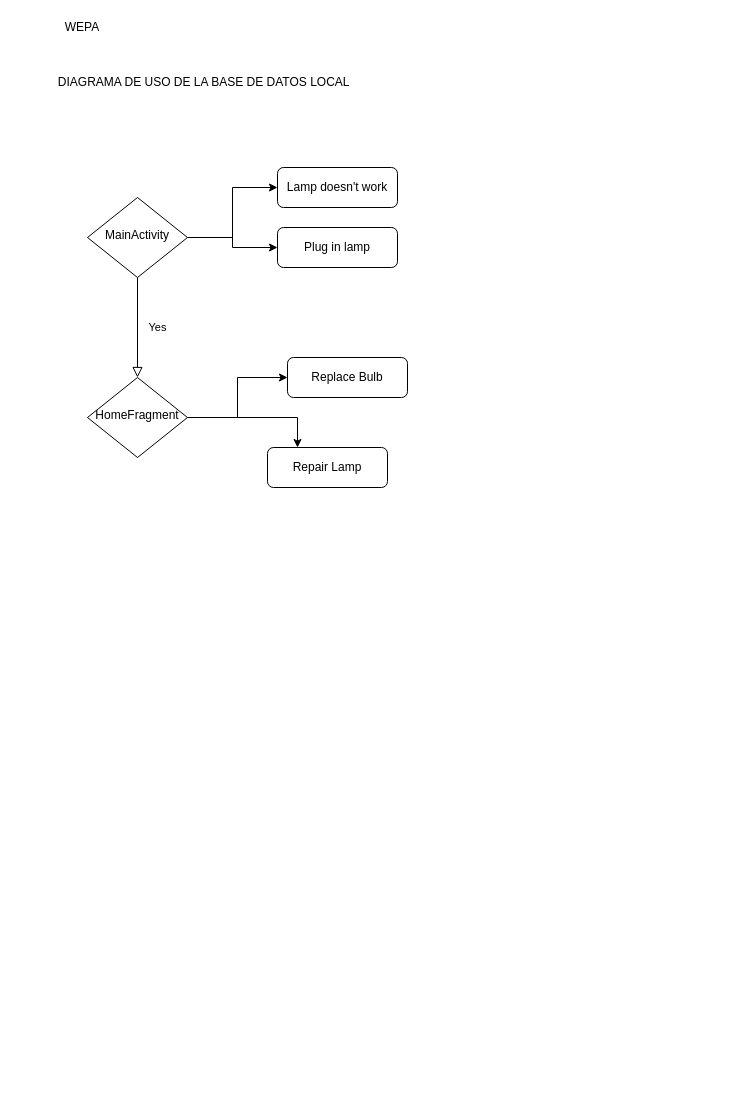
This is ROOM_wepa.drawio from rafaelgamezdiaz/diagrams, a draw.io file, before an edit. Source tidied: cells renumbered, new cells numbered last; positions are measured from the earlier drawing's top-left corner, leaving out a move shared by most shapes. Both pictures are drawn from the tidied source at 100%, with x=0, y=0 at pixel (27, 17).
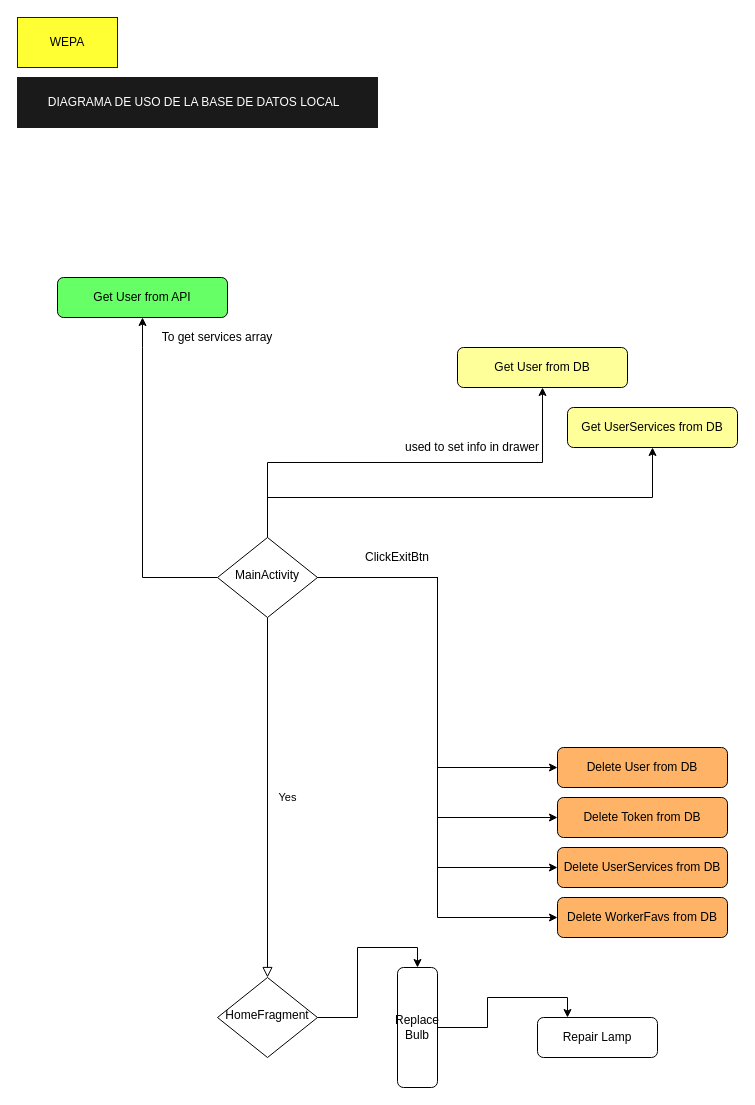
The same diagram, later.

What changed in the source:
```diff
@@
-    <mxCell id="2" value="Lamp doesn't work" style="rounded=1;whiteSpace=wrap;html=1;fontSize=12;glass=0;strokeWidth=1;shadow=0;" parent="1" vertex="1">
-      <mxGeometry x="250" y="150" width="120" height="40" as="geometry" />
+    <mxCell id="2" value="Delete User from DB" style="rounded=1;whiteSpace=wrap;html=1;fontSize=12;glass=0;strokeWidth=1;shadow=0;fillColor=#FFB366;" parent="1" vertex="1">
+      <mxGeometry x="530" y="730" width="170" height="40" as="geometry" />
     </mxCell>
@@
     <mxCell id="4" style="edgeStyle=orthogonalEdgeStyle;rounded=0;jettySize=auto;html=1;entryX=0;entryY=0.5;entryDx=0;entryDy=0;exitX=1;exitY=0.5;exitDx=0;exitDy=0;" parent="1" edge="1" source="6" target="2">
-      <mxGeometry relative="1" as="geometry" />
+      <mxGeometry relative="1" as="geometry">
+        <Array as="points">
+          <mxPoint x="410" y="560" />
+          <mxPoint x="410" y="750" />
+        </Array>
+      </mxGeometry>
     </mxCell>
     <mxCell id="5" style="edgeStyle=orthogonalEdgeStyle;rounded=0;jettySize=auto;html=1;" parent="1" edge="1" source="6" target="7">
-      <mxGeometry relative="1" as="geometry" />
+      <mxGeometry relative="1" as="geometry">
+        <Array as="points">
+          <mxPoint x="410" y="560" />
+          <mxPoint x="410" y="800" />
+        </Array>
+      </mxGeometry>
     </mxCell>
+    <mxCell id="15" style="edgeStyle=orthogonalEdgeStyle;rounded=0;jettySize=auto;html=1;entryX=0;entryY=0.5;entryDx=0;entryDy=0;" parent="1" edge="1" source="6" target="21">
+      <mxGeometry relative="1" as="geometry">
+        <Array as="points">
+          <mxPoint x="410" y="560" />
+          <mxPoint x="410" y="850" />
+        </Array>
+      </mxGeometry>
+    </mxCell>
+    <mxCell id="16" style="edgeStyle=orthogonalEdgeStyle;rounded=0;jettySize=auto;html=1;entryX=0;entryY=0.5;entryDx=0;entryDy=0;" parent="1" edge="1" source="6" target="22">
+      <mxGeometry relative="1" as="geometry" />
+    </mxCell>
+    <mxCell id="17" style="edgeStyle=orthogonalEdgeStyle;rounded=0;jettySize=auto;html=1;exitX=0.5;exitY=0;exitDx=0;exitDy=0;entryX=0.5;entryY=1;entryDx=0;entryDy=0;" parent="1" edge="1" source="6" target="23">
+      <mxGeometry relative="1" as="geometry" />
+    </mxCell>
+    <mxCell id="18" style="edgeStyle=orthogonalEdgeStyle;rounded=0;jettySize=auto;html=1;entryX=0.5;entryY=1;entryDx=0;entryDy=0;" parent="1" edge="1" source="6" target="24">
+      <mxGeometry relative="1" as="geometry">
+        <Array as="points">
+          <mxPoint x="240" y="480" />
+          <mxPoint x="625" y="480" />
+        </Array>
+      </mxGeometry>
+    </mxCell>
+    <mxCell id="19" style="edgeStyle=orthogonalEdgeStyle;rounded=0;jettySize=auto;html=1;entryX=0.5;entryY=1;entryDx=0;entryDy=0;" parent="1" edge="1" source="6" target="25">
+      <mxGeometry relative="1" as="geometry">
+        <Array as="points">
+          <mxPoint x="115" y="560" />
+          <mxPoint x="115" y="330" />
+        </Array>
+      </mxGeometry>
+    </mxCell>
     <mxCell id="6" value="MainActivity" style="rhombus;whiteSpace=wrap;html=1;shadow=0;fontFamily=Helvetica;fontSize=12;align=center;strokeWidth=1;spacing=6;spacingTop=-4;" parent="1" vertex="1">
-      <mxGeometry x="60" y="180" width="100" height="80" as="geometry" />
+      <mxGeometry x="190" y="520" width="100" height="80" as="geometry" />
     </mxCell>
-    <mxCell id="7" value="Plug in lamp" style="rounded=1;whiteSpace=wrap;html=1;fontSize=12;glass=0;strokeWidth=1;shadow=0;" parent="1" vertex="1">
-      <mxGeometry x="250" y="210" width="120" height="40" as="geometry" />
+    <mxCell id="7" value="Delete Token from DB" style="rounded=1;whiteSpace=wrap;html=1;fontSize=12;glass=0;strokeWidth=1;shadow=0;fillColor=#FFB366;" parent="1" vertex="1">
+      <mxGeometry x="530" y="780" width="170" height="40" as="geometry" />
     </mxCell>
-    <mxCell id="8" style="edgeStyle=orthogonalEdgeStyle;rounded=0;jettySize=auto;html=1;entryX=0.25;entryY=0;entryDx=0;entryDy=0;" parent="1" edge="1" source="10" target="11">
+    <mxCell id="8" style="edgeStyle=orthogonalEdgeStyle;rounded=0;jettySize=auto;html=1;entryX=0.25;entryY=0;entryDx=0;entryDy=0;startArrow=none;" parent="1" edge="1" source="12" target="11">
       <mxGeometry relative="1" as="geometry" />
     </mxCell>
@@
     <mxCell id="10" value="HomeFragment" style="rhombus;whiteSpace=wrap;html=1;shadow=0;fontFamily=Helvetica;fontSize=12;align=center;strokeWidth=1;spacing=6;spacingTop=-4;" parent="1" vertex="1">
-      <mxGeometry x="60" y="360" width="100" height="80" as="geometry" />
+      <mxGeometry x="190" y="960" width="100" height="80" as="geometry" />
     </mxCell>
     <mxCell id="11" value="Repair Lamp" style="rounded=1;whiteSpace=wrap;html=1;fontSize=12;glass=0;strokeWidth=1;shadow=0;" parent="1" vertex="1">
-      <mxGeometry x="240" y="430" width="120" height="40" as="geometry" />
+      <mxGeometry x="510" y="1000" width="120" height="40" as="geometry" />
     </mxCell>
-    <mxCell id="12" value="Replace Bulb" style="rounded=1;whiteSpace=wrap;html=1;fontSize=12;glass=0;strokeWidth=1;shadow=0;" parent="1" vertex="1">
-      <mxGeometry x="260" y="340" width="120" height="40" as="geometry" />
-    </mxCell>
-    <mxCell id="13" value="DIAGRAMA DE USO DE LA BASE DE DATOS LOCAL&amp;nbsp;&amp;nbsp;" style="text;html=1;strokeColor=none;fillColor=none;align=center;verticalAlign=middle;whiteSpace=wrap;rounded=0;" parent="1" vertex="1">
-      <mxGeometry y="40" width="360" height="50" as="geometry" />
+    <mxCell id="13" value="&lt;font color=&quot;#ffffff&quot;&gt;DIAGRAMA DE USO DE LA BASE DE DATOS LOCAL&amp;nbsp;&amp;nbsp;&lt;/font&gt;" style="text;html=1;strokeColor=#1A1A1A;fillColor=#1A1A1A;align=center;verticalAlign=middle;whiteSpace=wrap;rounded=0;" parent="1" vertex="1">
+      <mxGeometry x="-10" y="60" width="360" height="50" as="geometry" />
     </mxCell>
-    <mxCell id="14" value="WEPA" style="text;html=1;strokeColor=none;fillColor=none;align=center;verticalAlign=middle;whiteSpace=wrap;rounded=0;" parent="1" vertex="1">
-      <mxGeometry x="30" width="50" height="20" as="geometry" />
+    <mxCell id="14" value="WEPA" style="text;html=1;strokeColor=#0000FF;fillColor=#FFFF33;align=center;verticalAlign=middle;whiteSpace=wrap;rounded=0;" parent="1" vertex="1">
+      <mxGeometry x="-10" width="100" height="50" as="geometry" />
     </mxCell>
+    <mxCell id="20" value="ClickExitBtn" style="text;html=1;strokeColor=none;fillColor=none;align=center;verticalAlign=middle;whiteSpace=wrap;rounded=0;" parent="1" vertex="1">
+      <mxGeometry x="340" y="530" width="60" height="20" as="geometry" />
+    </mxCell>
+    <mxCell id="21" value="Delete UserServices from DB" style="rounded=1;whiteSpace=wrap;html=1;fontSize=12;glass=0;strokeWidth=1;shadow=0;fillColor=#FFB366;" parent="1" vertex="1">
+      <mxGeometry x="530" y="830" width="170" height="40" as="geometry" />
+    </mxCell>
+    <mxCell id="12" value="Replace Bulb" style="rounded=1;whiteSpace=wrap;html=1;fontSize=12;glass=0;strokeWidth=1;shadow=0;direction=south;" parent="1" vertex="1">
+      <mxGeometry x="370" y="950" width="40" height="120" as="geometry" />
+    </mxCell>
+    <mxCell id="22" value="Delete WorkerFavs from DB" style="rounded=1;whiteSpace=wrap;html=1;fontSize=12;glass=0;strokeWidth=1;shadow=0;fillColor=#FFB366;" parent="1" vertex="1">
+      <mxGeometry x="530" y="880" width="170" height="40" as="geometry" />
+    </mxCell>
+    <mxCell id="23" value="Get User from DB" style="rounded=1;whiteSpace=wrap;html=1;fontSize=12;glass=0;strokeWidth=1;shadow=0;fillColor=#FFFF99;" parent="1" vertex="1">
+      <mxGeometry x="430" y="330" width="170" height="40" as="geometry" />
+    </mxCell>
+    <mxCell id="24" value="Get UserServices from DB" style="rounded=1;whiteSpace=wrap;html=1;fontSize=12;glass=0;strokeWidth=1;shadow=0;fillColor=#FFFF99;" parent="1" vertex="1">
+      <mxGeometry x="540" y="390" width="170" height="40" as="geometry" />
+    </mxCell>
+    <mxCell id="25" value="Get User from API" style="rounded=1;whiteSpace=wrap;html=1;fontSize=12;glass=0;strokeWidth=1;shadow=0;fillColor=#66FF66;" parent="1" vertex="1">
+      <mxGeometry x="30" y="260" width="170" height="40" as="geometry" />
+    </mxCell>
+    <mxCell id="26" value="To get services array" style="text;html=1;strokeColor=none;fillColor=none;align=center;verticalAlign=middle;whiteSpace=wrap;rounded=0;" parent="1" vertex="1">
+      <mxGeometry x="120" y="310" width="140" height="20" as="geometry" />
+    </mxCell>
+    <mxCell id="27" value="used to set info in drawer" style="text;html=1;strokeColor=none;fillColor=none;align=center;verticalAlign=middle;whiteSpace=wrap;rounded=0;" parent="1" vertex="1">
+      <mxGeometry x="370" y="420" width="150" height="20" as="geometry" />
+    </mxCell>
```
